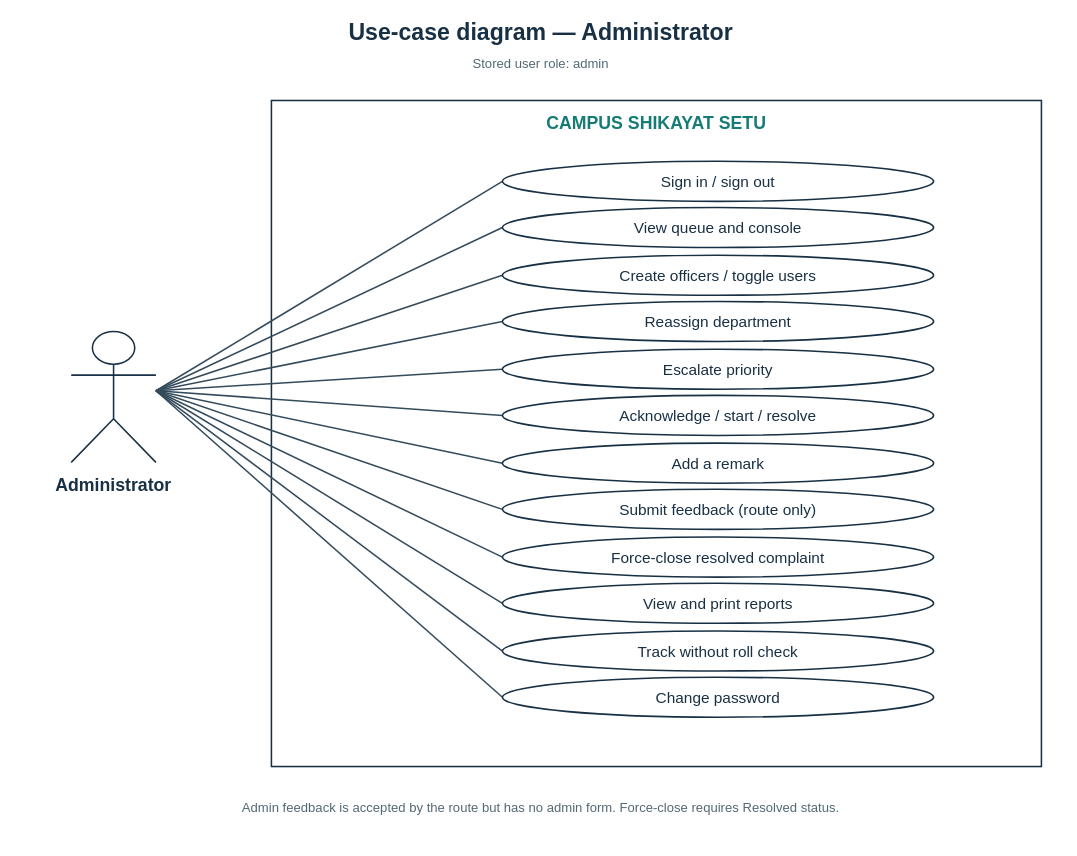
Yashwant-git392/Yashwant-git392 keeps this draw.io diagram as page "Administrator" (3 of 4) of shikayat-setu/report/diagrams/fig-usecase.drawio. Above is the earlier version. Source tidied: cells renumbered, new cells numbered last; positions are measured from the earlier drawing's top-left corner, leaving out a move shared by most shapes. Both pictures are drawn from the tidied source at 77%, with x=0, y=0 at pixel (13, 13).
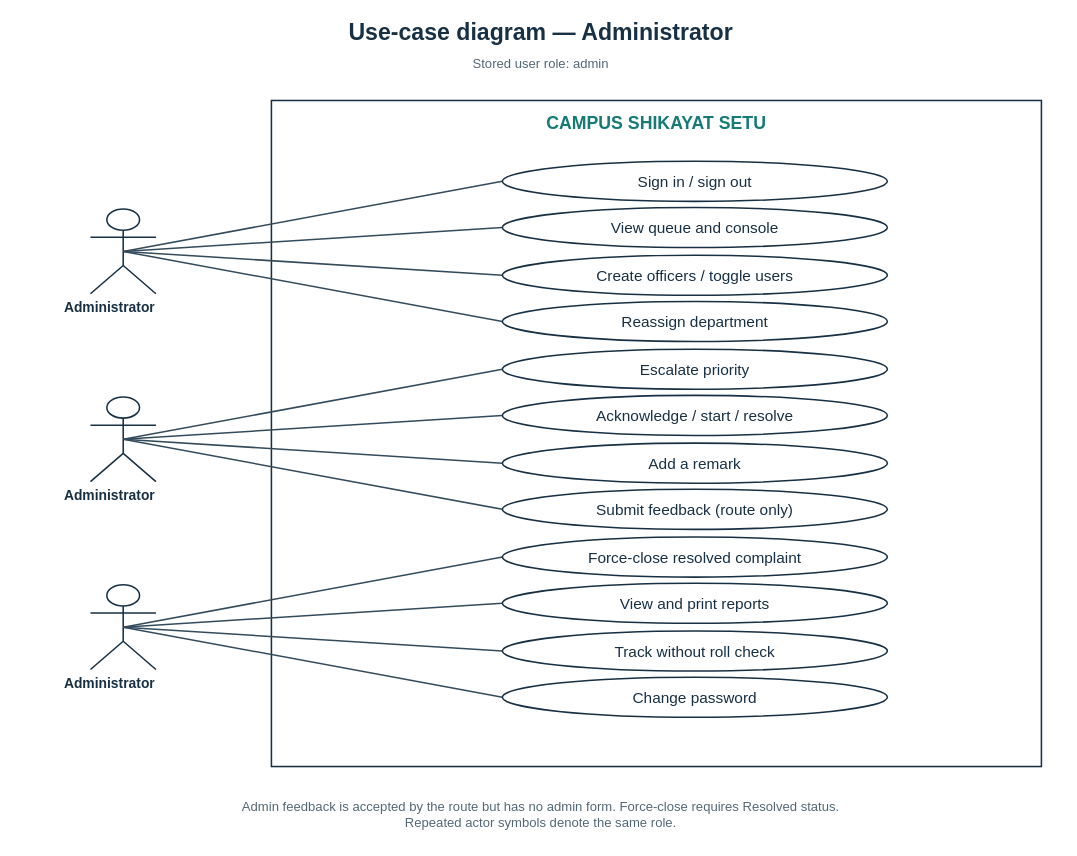
The same page after the edit.

Diff of the diagram source:
```diff
@@
     <mxCell id="6" style="shape=umlActor;html=0;fillColor=white;strokeColor=#183044;strokeWidth=2;" parent="1" vertex="1">
-      <mxGeometry x="75" y="413" width="110" height="170" as="geometry" />
+      <mxGeometry x="100" y="254" width="85" height="110" as="geometry" />
     </mxCell>
-    <mxCell id="7" value="Administrator" style="text;html=0;align=center;verticalAlign=middle;whiteSpace=wrap;strokeColor=none;fillColor=none;fontFamily=Arial;fontSize=23;fontColor=#183044;fontStyle=1;" parent="1" vertex="1">
-      <mxGeometry y="593" width="260" height="40" as="geometry" />
+    <mxCell id="7" value="Administrator" style="text;html=0;align=center;verticalAlign=middle;whiteSpace=wrap;strokeColor=none;fillColor=none;fontFamily=Arial;fontSize=18;fontColor=#183044;fontStyle=1;" parent="1" vertex="1">
+      <mxGeometry y="367" width="250" height="30" as="geometry" />
     </mxCell>
-    <mxCell id="8" style="edgeStyle=none;rounded=0;strokeColor=#344b5c;strokeWidth=2;endArrow=none;endFill=0;dashed=0;" parent="1" edge="1">
-      <mxGeometry relative="1" as="geometry">
-        <mxPoint x="185" y="490" as="sourcePoint" />
-        <mxPoint x="635" y="218" as="targetPoint" />
-      </mxGeometry>
+    <mxCell id="8" style="edgeStyle=none;rounded=0;strokeColor=#344b5c;strokeWidth=2;endArrow=none;endFill=0;dashed=0;exitX=0.5000;exitY=0.5000;exitPerimeter=0;entryX=0.0000;entryY=0.5000;entryPerimeter=0;" parent="1" edge="1" source="6" target="9">
+      <mxGeometry relative="1" as="geometry" />
     </mxCell>
     <mxCell id="9" value="Sign in / sign out" style="ellipse;whiteSpace=wrap;html=0;fillColor=white;strokeColor=#183044;strokeWidth=2;fontFamily=Arial;fontSize=20;fontColor=#183044;fontStyle=0;align=center;verticalAlign=middle;" parent="1" vertex="1">
-      <mxGeometry x="635" y="192" width="560" height="52" as="geometry" />
+      <mxGeometry x="635" y="192" width="500" height="52" as="geometry" />
     </mxCell>
-    <mxCell id="10" style="edgeStyle=none;rounded=0;strokeColor=#344b5c;strokeWidth=2;endArrow=none;endFill=0;dashed=0;" parent="1" edge="1">
-      <mxGeometry relative="1" as="geometry">
-        <mxPoint x="185" y="490" as="sourcePoint" />
-        <mxPoint x="635" y="278" as="targetPoint" />
-      </mxGeometry>
+    <mxCell id="10" style="edgeStyle=none;rounded=0;strokeColor=#344b5c;strokeWidth=2;endArrow=none;endFill=0;dashed=0;exitX=0.5000;exitY=0.5000;exitPerimeter=0;entryX=0.0000;entryY=0.5000;entryPerimeter=0;" parent="1" edge="1" source="6" target="11">
+      <mxGeometry relative="1" as="geometry" />
     </mxCell>
     <mxCell id="11" value="View queue and console" style="ellipse;whiteSpace=wrap;html=0;fillColor=white;strokeColor=#183044;strokeWidth=2;fontFamily=Arial;fontSize=20;fontColor=#183044;fontStyle=0;align=center;verticalAlign=middle;" parent="1" vertex="1">
-      <mxGeometry x="635" y="252" width="560" height="52" as="geometry" />
+      <mxGeometry x="635" y="252" width="500" height="52" as="geometry" />
     </mxCell>
-    <mxCell id="12" style="edgeStyle=none;rounded=0;strokeColor=#344b5c;strokeWidth=2;endArrow=none;endFill=0;dashed=0;" parent="1" edge="1">
-      <mxGeometry relative="1" as="geometry">
-        <mxPoint x="185" y="490" as="sourcePoint" />
-        <mxPoint x="635" y="340" as="targetPoint" />
-      </mxGeometry>
+    <mxCell id="12" style="edgeStyle=none;rounded=0;strokeColor=#344b5c;strokeWidth=2;endArrow=none;endFill=0;dashed=0;exitX=0.5000;exitY=0.5000;exitPerimeter=0;entryX=0.0000;entryY=0.5000;entryPerimeter=0;" parent="1" edge="1" source="6" target="13">
+      <mxGeometry relative="1" as="geometry" />
     </mxCell>
     <mxCell id="13" value="Create officers / toggle users" style="ellipse;whiteSpace=wrap;html=0;fillColor=white;strokeColor=#183044;strokeWidth=2;fontFamily=Arial;fontSize=20;fontColor=#183044;fontStyle=0;align=center;verticalAlign=middle;" parent="1" vertex="1">
-      <mxGeometry x="635" y="314" width="560" height="52" as="geometry" />
+      <mxGeometry x="635" y="314" width="500" height="52" as="geometry" />
     </mxCell>
-    <mxCell id="14" style="edgeStyle=none;rounded=0;strokeColor=#344b5c;strokeWidth=2;endArrow=none;endFill=0;dashed=0;" parent="1" edge="1">
-      <mxGeometry relative="1" as="geometry">
-        <mxPoint x="185" y="490" as="sourcePoint" />
-        <mxPoint x="635" y="400" as="targetPoint" />
-      </mxGeometry>
+    <mxCell id="14" style="edgeStyle=none;rounded=0;strokeColor=#344b5c;strokeWidth=2;endArrow=none;endFill=0;dashed=0;exitX=0.5000;exitY=0.5000;exitPerimeter=0;entryX=0.0000;entryY=0.5000;entryPerimeter=0;" parent="1" edge="1" source="6" target="15">
+      <mxGeometry relative="1" as="geometry" />
     </mxCell>
     <mxCell id="15" value="Reassign department" style="ellipse;whiteSpace=wrap;html=0;fillColor=white;strokeColor=#183044;strokeWidth=2;fontFamily=Arial;fontSize=20;fontColor=#183044;fontStyle=0;align=center;verticalAlign=middle;" parent="1" vertex="1">
-      <mxGeometry x="635" y="374" width="560" height="52" as="geometry" />
+      <mxGeometry x="635" y="374" width="500" height="52" as="geometry" />
     </mxCell>
-    <mxCell id="16" style="edgeStyle=none;rounded=0;strokeColor=#344b5c;strokeWidth=2;endArrow=none;endFill=0;dashed=0;" parent="1" edge="1">
-      <mxGeometry relative="1" as="geometry">
-        <mxPoint x="185" y="490" as="sourcePoint" />
-        <mxPoint x="635" y="462" as="targetPoint" />
-      </mxGeometry>
+    <mxCell id="16" style="shape=umlActor;html=0;fillColor=white;strokeColor=#183044;strokeWidth=2;" parent="1" vertex="1">
+      <mxGeometry x="100" y="498" width="85" height="110" as="geometry" />
     </mxCell>
-    <mxCell id="17" value="Escalate priority" style="ellipse;whiteSpace=wrap;html=0;fillColor=white;strokeColor=#183044;strokeWidth=2;fontFamily=Arial;fontSize=20;fontColor=#183044;fontStyle=0;align=center;verticalAlign=middle;" parent="1" vertex="1">
-      <mxGeometry x="635" y="436" width="560" height="52" as="geometry" />
+    <mxCell id="17" value="Administrator" style="text;html=0;align=center;verticalAlign=middle;whiteSpace=wrap;strokeColor=none;fillColor=none;fontFamily=Arial;fontSize=18;fontColor=#183044;fontStyle=1;" parent="1" vertex="1">
+      <mxGeometry y="611" width="250" height="30" as="geometry" />
     </mxCell>
-    <mxCell id="18" style="edgeStyle=none;rounded=0;strokeColor=#344b5c;strokeWidth=2;endArrow=none;endFill=0;dashed=0;" parent="1" edge="1">
-      <mxGeometry relative="1" as="geometry">
-        <mxPoint x="185" y="490" as="sourcePoint" />
-        <mxPoint x="635" y="522" as="targetPoint" />
-      </mxGeometry>
+    <mxCell id="18" style="edgeStyle=none;rounded=0;strokeColor=#344b5c;strokeWidth=2;endArrow=none;endFill=0;dashed=0;exitX=0.5000;exitY=0.5000;exitPerimeter=0;entryX=0.0000;entryY=0.5000;entryPerimeter=0;" parent="1" edge="1" source="16" target="19">
+      <mxGeometry relative="1" as="geometry" />
     </mxCell>
-    <mxCell id="19" value="Acknowledge / start / resolve" style="ellipse;whiteSpace=wrap;html=0;fillColor=white;strokeColor=#183044;strokeWidth=2;fontFamily=Arial;fontSize=20;fontColor=#183044;fontStyle=0;align=center;verticalAlign=middle;" parent="1" vertex="1">
-      <mxGeometry x="635" y="496" width="560" height="52" as="geometry" />
+    <mxCell id="19" value="Escalate priority" style="ellipse;whiteSpace=wrap;html=0;fillColor=white;strokeColor=#183044;strokeWidth=2;fontFamily=Arial;fontSize=20;fontColor=#183044;fontStyle=0;align=center;verticalAlign=middle;" parent="1" vertex="1">
+      <mxGeometry x="635" y="436" width="500" height="52" as="geometry" />
     </mxCell>
-    <mxCell id="20" style="edgeStyle=none;rounded=0;strokeColor=#344b5c;strokeWidth=2;endArrow=none;endFill=0;dashed=0;" parent="1" edge="1">
-      <mxGeometry relative="1" as="geometry">
-        <mxPoint x="185" y="490" as="sourcePoint" />
-        <mxPoint x="635" y="584" as="targetPoint" />
-      </mxGeometry>
+    <mxCell id="20" style="edgeStyle=none;rounded=0;strokeColor=#344b5c;strokeWidth=2;endArrow=none;endFill=0;dashed=0;exitX=0.5000;exitY=0.5000;exitPerimeter=0;entryX=0.0000;entryY=0.5000;entryPerimeter=0;" parent="1" edge="1" source="16" target="21">
+      <mxGeometry relative="1" as="geometry" />
     </mxCell>
-    <mxCell id="21" value="Add a remark" style="ellipse;whiteSpace=wrap;html=0;fillColor=white;strokeColor=#183044;strokeWidth=2;fontFamily=Arial;fontSize=20;fontColor=#183044;fontStyle=0;align=center;verticalAlign=middle;" parent="1" vertex="1">
-      <mxGeometry x="635" y="558" width="560" height="52" as="geometry" />
+    <mxCell id="21" value="Acknowledge / start / resolve" style="ellipse;whiteSpace=wrap;html=0;fillColor=white;strokeColor=#183044;strokeWidth=2;fontFamily=Arial;fontSize=20;fontColor=#183044;fontStyle=0;align=center;verticalAlign=middle;" parent="1" vertex="1">
+      <mxGeometry x="635" y="496" width="500" height="52" as="geometry" />
     </mxCell>
-    <mxCell id="22" style="edgeStyle=none;rounded=0;strokeColor=#344b5c;strokeWidth=2;endArrow=none;endFill=0;dashed=0;" parent="1" edge="1">
-      <mxGeometry relative="1" as="geometry">
-        <mxPoint x="185" y="490" as="sourcePoint" />
-        <mxPoint x="635" y="644" as="targetPoint" />
-      </mxGeometry>
+    <mxCell id="22" style="edgeStyle=none;rounded=0;strokeColor=#344b5c;strokeWidth=2;endArrow=none;endFill=0;dashed=0;exitX=0.5000;exitY=0.5000;exitPerimeter=0;entryX=0.0000;entryY=0.5000;entryPerimeter=0;" parent="1" edge="1" source="16" target="23">
+      <mxGeometry relative="1" as="geometry" />
     </mxCell>
-    <mxCell id="23" value="Submit feedback (route only)" style="ellipse;whiteSpace=wrap;html=0;fillColor=white;strokeColor=#183044;strokeWidth=2;fontFamily=Arial;fontSize=20;fontColor=#183044;fontStyle=0;align=center;verticalAlign=middle;" parent="1" vertex="1">
-      <mxGeometry x="635" y="618" width="560" height="52" as="geometry" />
+    <mxCell id="23" value="Add a remark" style="ellipse;whiteSpace=wrap;html=0;fillColor=white;strokeColor=#183044;strokeWidth=2;fontFamily=Arial;fontSize=20;fontColor=#183044;fontStyle=0;align=center;verticalAlign=middle;" parent="1" vertex="1">
+      <mxGeometry x="635" y="558" width="500" height="52" as="geometry" />
     </mxCell>
-    <mxCell id="24" style="edgeStyle=none;rounded=0;strokeColor=#344b5c;strokeWidth=2;endArrow=none;endFill=0;dashed=0;" parent="1" edge="1">
-      <mxGeometry relative="1" as="geometry">
-        <mxPoint x="185" y="490" as="sourcePoint" />
-        <mxPoint x="635" y="706" as="targetPoint" />
-      </mxGeometry>
+    <mxCell id="24" style="edgeStyle=none;rounded=0;strokeColor=#344b5c;strokeWidth=2;endArrow=none;endFill=0;dashed=0;exitX=0.5000;exitY=0.5000;exitPerimeter=0;entryX=0.0000;entryY=0.5000;entryPerimeter=0;" parent="1" edge="1" source="16" target="25">
+      <mxGeometry relative="1" as="geometry" />
     </mxCell>
-    <mxCell id="25" value="Force-close resolved complaint" style="ellipse;whiteSpace=wrap;html=0;fillColor=white;strokeColor=#183044;strokeWidth=2;fontFamily=Arial;fontSize=20;fontColor=#183044;fontStyle=0;align=center;verticalAlign=middle;" parent="1" vertex="1">
-      <mxGeometry x="635" y="680" width="560" height="52" as="geometry" />
+    <mxCell id="25" value="Submit feedback (route only)" style="ellipse;whiteSpace=wrap;html=0;fillColor=white;strokeColor=#183044;strokeWidth=2;fontFamily=Arial;fontSize=20;fontColor=#183044;fontStyle=0;align=center;verticalAlign=middle;" parent="1" vertex="1">
+      <mxGeometry x="635" y="618" width="500" height="52" as="geometry" />
     </mxCell>
-    <mxCell id="26" style="edgeStyle=none;rounded=0;strokeColor=#344b5c;strokeWidth=2;endArrow=none;endFill=0;dashed=0;" parent="1" edge="1">
-      <mxGeometry relative="1" as="geometry">
-        <mxPoint x="185" y="490" as="sourcePoint" />
-        <mxPoint x="635" y="766" as="targetPoint" />
-      </mxGeometry>
+    <mxCell id="26" style="shape=umlActor;html=0;fillColor=white;strokeColor=#183044;strokeWidth=2;" parent="1" vertex="1">
+      <mxGeometry x="100" y="742" width="85" height="110" as="geometry" />
     </mxCell>
-    <mxCell id="27" value="View and print reports" style="ellipse;whiteSpace=wrap;html=0;fillColor=white;strokeColor=#183044;strokeWidth=2;fontFamily=Arial;fontSize=20;fontColor=#183044;fontStyle=0;align=center;verticalAlign=middle;" parent="1" vertex="1">
-      <mxGeometry x="635" y="740" width="560" height="52" as="geometry" />
+    <mxCell id="27" value="Administrator" style="text;html=0;align=center;verticalAlign=middle;whiteSpace=wrap;strokeColor=none;fillColor=none;fontFamily=Arial;fontSize=18;fontColor=#183044;fontStyle=1;" parent="1" vertex="1">
+      <mxGeometry y="855" width="250" height="30" as="geometry" />
     </mxCell>
-    <mxCell id="28" style="edgeStyle=none;rounded=0;strokeColor=#344b5c;strokeWidth=2;endArrow=none;endFill=0;dashed=0;" parent="1" edge="1">
-      <mxGeometry relative="1" as="geometry">
-        <mxPoint x="185" y="490" as="sourcePoint" />
-        <mxPoint x="635" y="828" as="targetPoint" />
-      </mxGeometry>
+    <mxCell id="28" style="edgeStyle=none;rounded=0;strokeColor=#344b5c;strokeWidth=2;endArrow=none;endFill=0;dashed=0;exitX=0.5000;exitY=0.5000;exitPerimeter=0;entryX=0.0000;entryY=0.5000;entryPerimeter=0;" parent="1" edge="1" source="26" target="29">
+      <mxGeometry relative="1" as="geometry" />
     </mxCell>
-    <mxCell id="29" value="Track without roll check" style="ellipse;whiteSpace=wrap;html=0;fillColor=white;strokeColor=#183044;strokeWidth=2;fontFamily=Arial;fontSize=20;fontColor=#183044;fontStyle=0;align=center;verticalAlign=middle;" parent="1" vertex="1">
-      <mxGeometry x="635" y="802" width="560" height="52" as="geometry" />
+    <mxCell id="29" value="Force-close resolved complaint" style="ellipse;whiteSpace=wrap;html=0;fillColor=white;strokeColor=#183044;strokeWidth=2;fontFamily=Arial;fontSize=20;fontColor=#183044;fontStyle=0;align=center;verticalAlign=middle;" parent="1" vertex="1">
+      <mxGeometry x="635" y="680" width="500" height="52" as="geometry" />
     </mxCell>
-    <mxCell id="30" style="edgeStyle=none;rounded=0;strokeColor=#344b5c;strokeWidth=2;endArrow=none;endFill=0;dashed=0;" parent="1" edge="1">
-      <mxGeometry relative="1" as="geometry">
-        <mxPoint x="185" y="490" as="sourcePoint" />
-        <mxPoint x="635" y="888" as="targetPoint" />
-      </mxGeometry>
+    <mxCell id="30" style="edgeStyle=none;rounded=0;strokeColor=#344b5c;strokeWidth=2;endArrow=none;endFill=0;dashed=0;exitX=0.5000;exitY=0.5000;exitPerimeter=0;entryX=0.0000;entryY=0.5000;entryPerimeter=0;" parent="1" edge="1" source="26" target="31">
+      <mxGeometry relative="1" as="geometry" />
     </mxCell>
-    <mxCell id="31" value="Change password" style="ellipse;whiteSpace=wrap;html=0;fillColor=white;strokeColor=#183044;strokeWidth=2;fontFamily=Arial;fontSize=20;fontColor=#183044;fontStyle=0;align=center;verticalAlign=middle;" parent="1" vertex="1">
-      <mxGeometry x="635" y="862" width="560" height="52" as="geometry" />
+    <mxCell id="31" value="View and print reports" style="ellipse;whiteSpace=wrap;html=0;fillColor=white;strokeColor=#183044;strokeWidth=2;fontFamily=Arial;fontSize=20;fontColor=#183044;fontStyle=0;align=center;verticalAlign=middle;" parent="1" vertex="1">
+      <mxGeometry x="635" y="740" width="500" height="52" as="geometry" />
     </mxCell>
-    <mxCell id="32" value="Admin feedback is accepted by the route but has no admin form. Force-close requires Resolved status." style="text;html=0;align=center;verticalAlign=middle;whiteSpace=wrap;strokeColor=none;fillColor=none;fontFamily=Arial;fontSize=17;fontColor=#536875;fontStyle=0;" parent="1" vertex="1">
-      <mxGeometry x="5" y="1003" width="1360" height="60" as="geometry" />
+    <mxCell id="32" style="edgeStyle=none;rounded=0;strokeColor=#344b5c;strokeWidth=2;endArrow=none;endFill=0;dashed=0;exitX=0.5000;exitY=0.5000;exitPerimeter=0;entryX=0.0000;entryY=0.5000;entryPerimeter=0;" parent="1" edge="1" source="26" target="33">
+      <mxGeometry relative="1" as="geometry" />
     </mxCell>
+    <mxCell id="33" value="Track without roll check" style="ellipse;whiteSpace=wrap;html=0;fillColor=white;strokeColor=#183044;strokeWidth=2;fontFamily=Arial;fontSize=20;fontColor=#183044;fontStyle=0;align=center;verticalAlign=middle;" parent="1" vertex="1">
+      <mxGeometry x="635" y="802" width="500" height="52" as="geometry" />
+    </mxCell>
+    <mxCell id="34" style="edgeStyle=none;rounded=0;strokeColor=#344b5c;strokeWidth=2;endArrow=none;endFill=0;dashed=0;exitX=0.5000;exitY=0.5000;exitPerimeter=0;entryX=0.0000;entryY=0.5000;entryPerimeter=0;" parent="1" edge="1" source="26" target="35">
+      <mxGeometry relative="1" as="geometry" />
+    </mxCell>
+    <mxCell id="35" value="Change password" style="ellipse;whiteSpace=wrap;html=0;fillColor=white;strokeColor=#183044;strokeWidth=2;fontFamily=Arial;fontSize=20;fontColor=#183044;fontStyle=0;align=center;verticalAlign=middle;" parent="1" vertex="1">
+      <mxGeometry x="635" y="862" width="500" height="52" as="geometry" />
+    </mxCell>
+    <mxCell id="36" value="Admin feedback is accepted by the route but has no admin form. Force-close requires Resolved status.&#10;Repeated actor symbols denote the same role." style="text;html=0;align=center;verticalAlign=middle;whiteSpace=wrap;strokeColor=none;fillColor=none;fontFamily=Arial;fontSize=17;fontColor=#536875;fontStyle=0;" parent="1" vertex="1">
+      <mxGeometry x="5" y="1003" width="1360" height="75" as="geometry" />
+    </mxCell>
```
